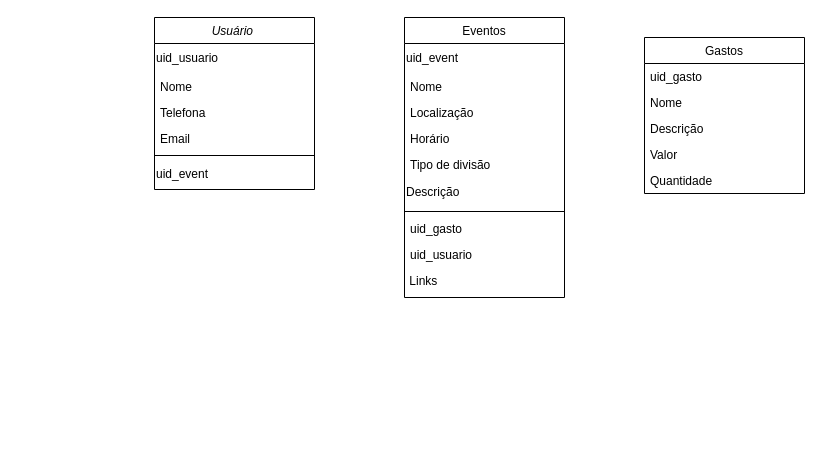
Before: diagrams/diagram-flow.drawio in eduardonicola/pary-back, a draw.io diagram. Source tidied: cells renumbered, new cells numbered last; positions are measured from the earlier drawing's top-left corner, leaving out a move shared by most shapes. Both pictures are drawn from the tidied source at 100%, with x=0, y=0 at pixel (154, 17).
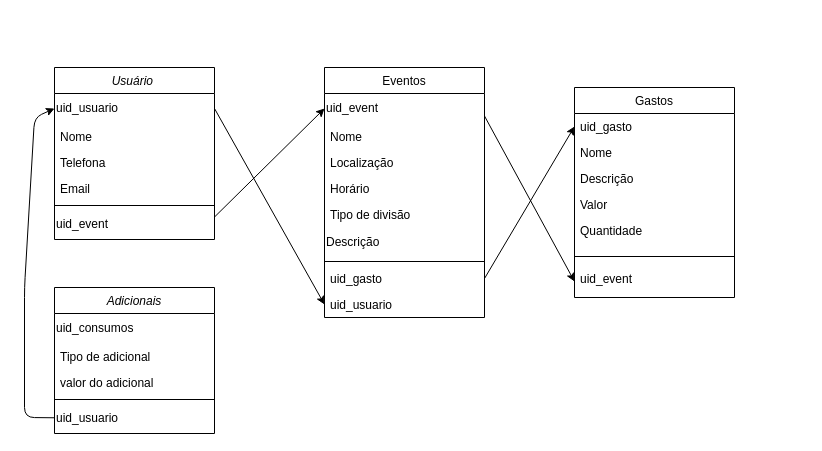
After the change.

Commit message (it also covers changes not shown here):
feat: diagram app

The change refers to these unchanged cells:
```xml
<mxCell id="3" value="uid_usuario" style="text;html=1;align=left;verticalAlign=middle;whiteSpace=wrap;rounded=0;" parent="2" vertex="1">
  <mxGeometry y="26" width="160" height="30" as="geometry" />
</mxCell>
<mxCell id="8" value="uid_event" style="text;html=1;align=left;verticalAlign=middle;whiteSpace=wrap;rounded=0;" parent="2" vertex="1">
  <mxGeometry y="142" width="160" height="30" as="geometry" />
</mxCell>
<mxCell id="10" value="uid_gasto" style="text;align=left;verticalAlign=top;spacingLeft=4;spacingRight=4;overflow=hidden;points=[[0,0.5],[1,0.5]];portConstraint=eastwest;rounded=0;shadow=0;html=0;" parent="9" vertex="1">
  <mxGeometry y="26" width="160" height="26" as="geometry" />
</mxCell>
<mxCell id="16" value="uid_event" style="text;html=1;align=left;verticalAlign=middle;whiteSpace=wrap;rounded=0;" parent="15" vertex="1">
  <mxGeometry y="26" width="160" height="30" as="geometry" />
</mxCell>
<mxCell id="23" value="uid_gasto" style="text;align=left;verticalAlign=top;spacingLeft=4;spacingRight=4;overflow=hidden;points=[[0,0.5],[1,0.5]];portConstraint=eastwest;rounded=0;shadow=0;html=0;" parent="15" vertex="1">
  <mxGeometry y="198" width="160" height="26" as="geometry" />
</mxCell>
```

The edit, as a diff of the source:
```diff
@@
     <mxCell id="2" value="Usuário " style="swimlane;fontStyle=2;align=center;verticalAlign=top;horizontal=1;startSize=26;rounded=0;shadow=0;strokeWidth=1;" parent="1" vertex="1">
-      <mxGeometry width="160" height="172" as="geometry" />
+      <mxGeometry x="-100" y="50" width="160" height="172" as="geometry" />
     </mxCell>
@@
     <mxCell id="9" value="Gastos" style="swimlane;fontStyle=0;align=center;verticalAlign=top;horizontal=1;startSize=26;rounded=0;shadow=0;strokeWidth=1;" parent="1" vertex="1">
-      <mxGeometry x="490" y="20" width="160" height="156" as="geometry" />
+      <mxGeometry x="420" y="70" width="160" height="210" as="geometry" />
     </mxCell>
@@
     <mxCell id="14" value="Quantidade" style="text;align=left;verticalAlign=top;spacingLeft=4;spacingRight=4;overflow=hidden;rounded=0;shadow=0;html=0;" parent="9" vertex="1">
-      <mxGeometry y="130" width="160" height="26" as="geometry" />
+      <mxGeometry y="130" width="160" height="30" as="geometry" />
     </mxCell>
+    <mxCell id="26" style="line;html=1;strokeWidth=1;align=left;verticalAlign=middle;spacingTop=-1;spacingLeft=3;spacingRight=3;labelPosition=right;" parent="9" vertex="1">
+      <mxGeometry y="160" width="160" height="18" as="geometry" />
+    </mxCell>
+    <mxCell id="24" value="uid_event" style="text;align=left;verticalAlign=top;spacingLeft=4;spacingRight=4;overflow=hidden;points=[[0,0.5],[1,0.5]];portConstraint=eastwest;rounded=0;shadow=0;html=0;" parent="9" vertex="1">
+      <mxGeometry y="178" width="160" height="32" as="geometry" />
+    </mxCell>
     <mxCell id="15" value="Eventos" style="swimlane;fontStyle=0;align=center;verticalAlign=top;horizontal=1;startSize=26;rounded=0;shadow=0;strokeWidth=1;" parent="1" vertex="1">
-      <mxGeometry x="250" width="160" height="280" as="geometry" />
+      <mxGeometry x="170" y="50" width="160" height="250" as="geometry" />
     </mxCell>
@@
-    <mxCell id="24" value="uid_usuario" style="text;align=left;verticalAlign=top;spacingLeft=4;spacingRight=4;overflow=hidden;points=[[0,0.5],[1,0.5]];portConstraint=eastwest;rounded=0;shadow=0;html=0;" parent="15" vertex="1">
-      <mxGeometry y="224" width="160" height="26" as="geometry" />
-    </mxCell>
-    <mxCell id="25" value=" Links" style="text;align=left;verticalAlign=top;rounded=0;" parent="15" vertex="1">
-      <mxGeometry y="250" width="160" height="30" as="geometry" />
-    </mxCell>
+    <mxCell id="27" value="uid_usuario" style="text;align=left;verticalAlign=top;spacingLeft=4;spacingRight=4;overflow=hidden;points=[[0,0.5],[1,0.5]];portConstraint=eastwest;rounded=0;shadow=0;html=0;" parent="15" vertex="1">
+      <mxGeometry y="224" width="160" height="26" as="geometry" />
+    </mxCell>
+    <mxCell id="28" value="Adicionais" style="swimlane;fontStyle=2;align=center;verticalAlign=top;horizontal=1;startSize=26;rounded=0;shadow=0;strokeWidth=1;" parent="1" vertex="1">
+      <mxGeometry x="-100" y="270" width="160" height="146" as="geometry" />
+    </mxCell>
+    <mxCell id="29" value="uid_consumos" style="text;html=1;align=left;verticalAlign=middle;whiteSpace=wrap;rounded=0;" parent="28" vertex="1">
+      <mxGeometry y="26" width="160" height="30" as="geometry" />
+    </mxCell>
+    <mxCell id="30" value="Tipo de adicional" style="text;align=left;verticalAlign=top;spacingLeft=4;spacingRight=4;overflow=hidden;" parent="28" vertex="1">
+      <mxGeometry y="56" width="160" height="26" as="geometry" />
+    </mxCell>
+    <mxCell id="31" value="valor do adicional &#10;" style="text;align=left;verticalAlign=top;spacingLeft=4;spacingRight=4;overflow=hidden;rounded=0;shadow=0;html=0;" parent="28" vertex="1">
+      <mxGeometry y="82" width="160" height="26" as="geometry" />
+    </mxCell>
+    <mxCell id="32" style="line;html=1;strokeWidth=1;align=left;verticalAlign=middle;spacingTop=-1;spacingLeft=3;spacingRight=3;labelPosition=right;" parent="28" vertex="1">
+      <mxGeometry y="108" width="160" height="8" as="geometry" />
+    </mxCell>
+    <mxCell id="33" value="uid_usuario" style="text;html=1;align=left;verticalAlign=middle;whiteSpace=wrap;rounded=0;" parent="28" vertex="1">
+      <mxGeometry y="116" width="160" height="30" as="geometry" />
+    </mxCell>
+    <mxCell id="34" style="edgeStyle=none;html=1;entryX=0;entryY=0.5;entryDx=0;entryDy=0;exitX=1;exitY=0.25;exitDx=0;exitDy=0;" parent="1" edge="1" source="8" target="16">
+      <mxGeometry relative="1" as="geometry" />
+    </mxCell>
+    <mxCell id="35" style="edgeStyle=none;html=1;entryX=0;entryY=0.5;entryDx=0;entryDy=0;exitX=1;exitY=0.5;exitDx=0;exitDy=0;" parent="1" edge="1" source="23" target="10">
+      <mxGeometry relative="1" as="geometry" />
+    </mxCell>
+    <mxCell id="36" style="edgeStyle=none;html=1;entryX=0;entryY=0.5;entryDx=0;entryDy=0;exitX=1;exitY=0.5;exitDx=0;exitDy=0;" parent="1" edge="1" source="3" target="27">
+      <mxGeometry relative="1" as="geometry" />
+    </mxCell>
+    <mxCell id="37" style="edgeStyle=none;html=1;entryX=0;entryY=0.5;entryDx=0;entryDy=0;" parent="1" edge="1" source="33" target="3">
+      <mxGeometry relative="1" as="geometry">
+        <Array as="points">
+          <mxPoint x="-130" y="400" />
+          <mxPoint x="-130" y="270" />
+          <mxPoint x="-120" y="100" />
+        </Array>
+      </mxGeometry>
+    </mxCell>
+    <mxCell id="38" style="edgeStyle=none;html=1;entryX=0;entryY=0.5;entryDx=0;entryDy=0;exitX=1;exitY=0.75;exitDx=0;exitDy=0;" parent="1" edge="1" source="16" target="24">
+      <mxGeometry relative="1" as="geometry" />
+    </mxCell>
```
